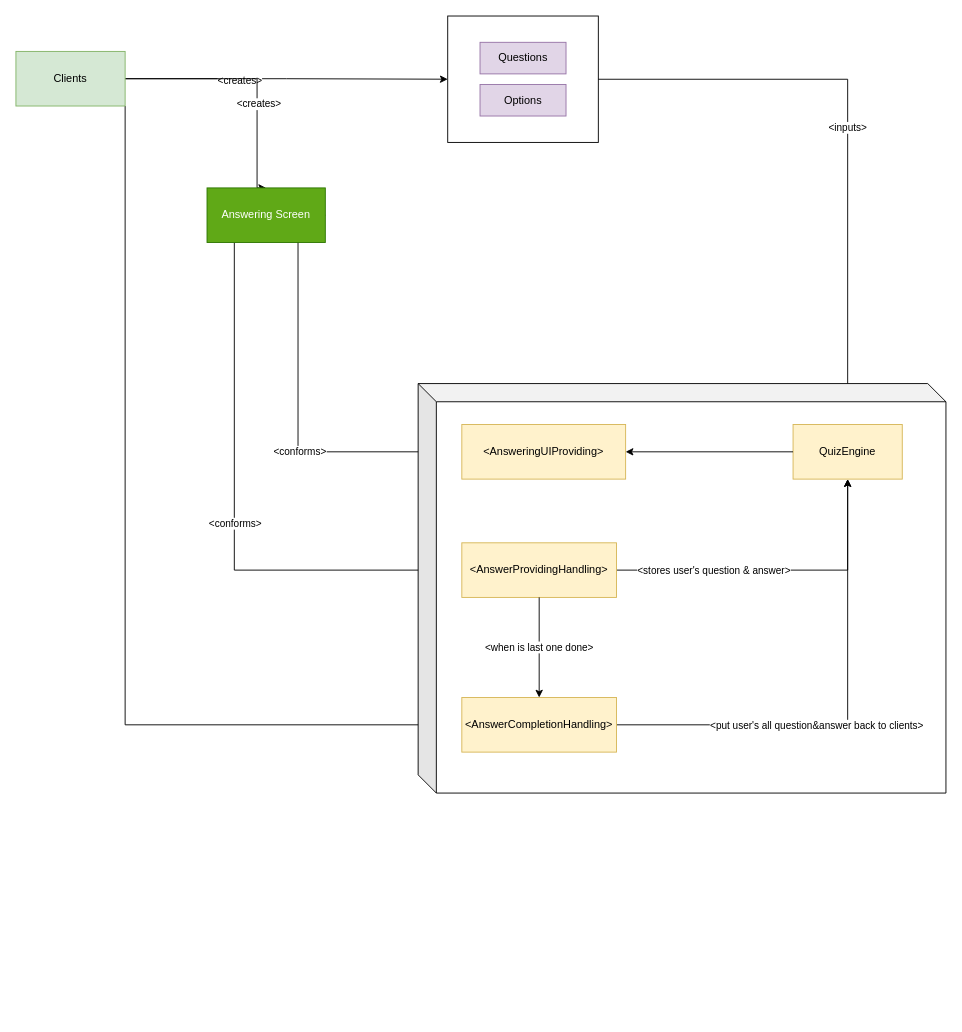
Earlier version of the draw.io diagram QuizEngine.drawio (BackWorld/DrawIOFiles). Source tidied: cells renumbered, new cells numbered last; positions are measured from the earlier drawing's top-left corner, leaving out a move shared by most shapes. Both pictures are drawn from the tidied source at 91%, with x=0, y=0 at pixel (15, 15).
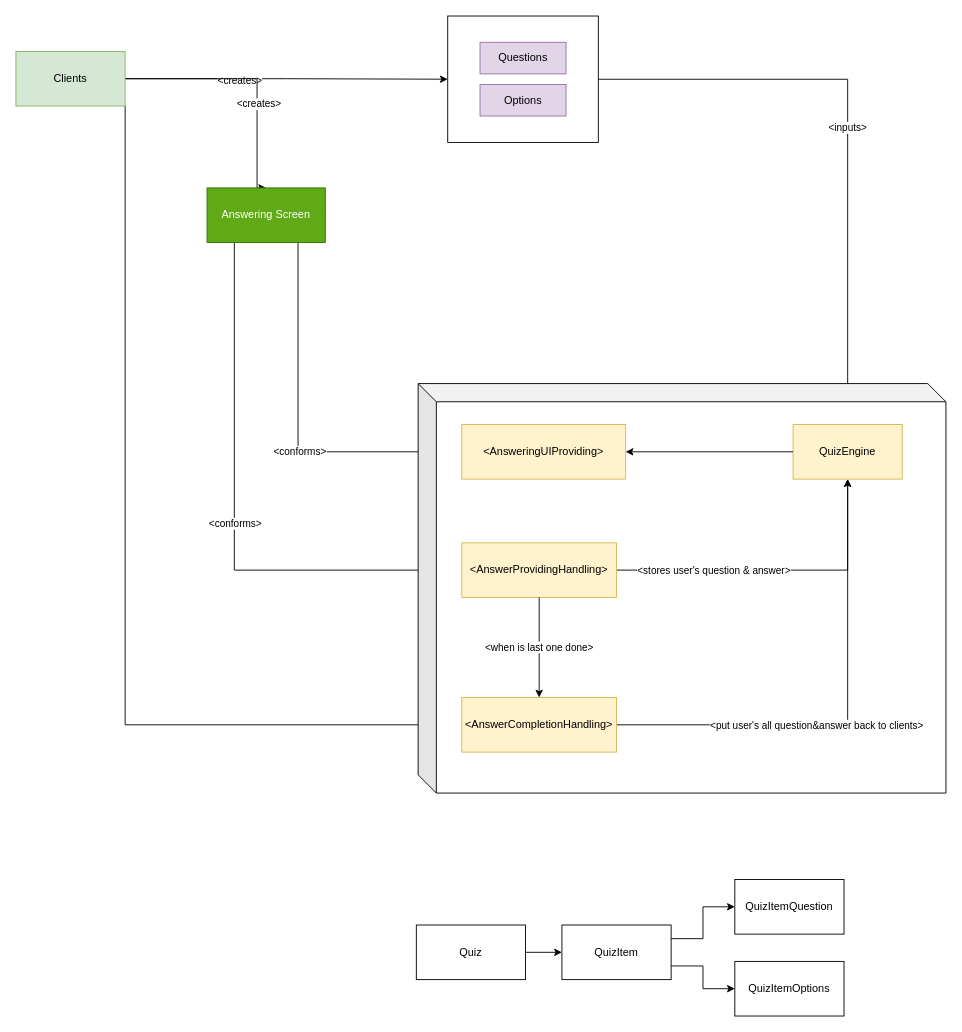
After the change.

What changed in the source:
```diff
@@
+    <mxCell id="30" style="edgeStyle=orthogonalEdgeStyle;rounded=0;jettySize=auto;html=1;" parent="1" edge="1" source="31" target="34">
+      <mxGeometry relative="1" as="geometry" />
+    </mxCell>
+    <mxCell id="31" value="Quiz" style="rounded=0;whiteSpace=wrap;html=1;" parent="1" vertex="1">
+      <mxGeometry x="440" y="999" width="120" height="60" as="geometry" />
+    </mxCell>
+    <mxCell id="32" style="edgeStyle=orthogonalEdgeStyle;rounded=0;jettySize=auto;html=1;exitX=1;exitY=0.25;exitDx=0;exitDy=0;entryX=0;entryY=0.5;entryDx=0;entryDy=0;" parent="1" edge="1" source="34" target="35">
+      <mxGeometry relative="1" as="geometry" />
+    </mxCell>
+    <mxCell id="33" style="edgeStyle=orthogonalEdgeStyle;rounded=0;jettySize=auto;html=1;exitX=1;exitY=0.75;exitDx=0;exitDy=0;" parent="1" edge="1" source="34" target="36">
+      <mxGeometry relative="1" as="geometry" />
+    </mxCell>
+    <mxCell id="34" value="QuizItem" style="rounded=0;whiteSpace=wrap;html=1;" parent="1" vertex="1">
+      <mxGeometry x="600" y="999" width="120" height="60" as="geometry" />
+    </mxCell>
+    <mxCell id="35" value="QuizItemQuestion" style="rounded=0;whiteSpace=wrap;html=1;" parent="1" vertex="1">
+      <mxGeometry x="790" y="949" width="120" height="60" as="geometry" />
+    </mxCell>
+    <mxCell id="36" value="QuizItemOptions" style="rounded=0;whiteSpace=wrap;html=1;" parent="1" vertex="1">
+      <mxGeometry x="790" y="1039" width="120" height="60" as="geometry" />
+    </mxCell>
```
